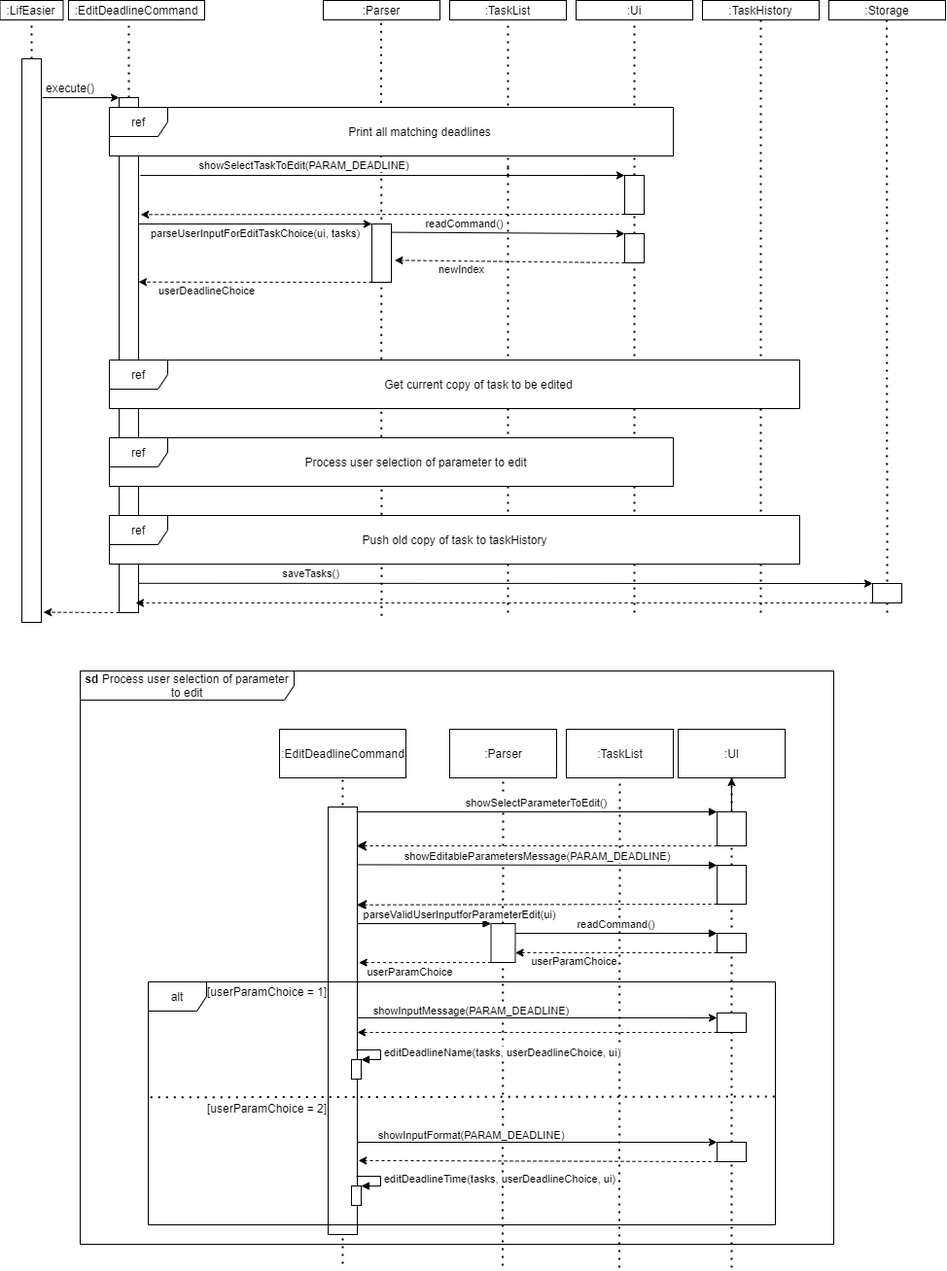
Earlier version of the draw.io export docs/images/DeveloperGuide/Figure 4.2-1.png (skyaxe97/tp). Source tidied: cells renumbered, new cells last; positions are measured from the earlier drawing's top-left corner, leaving out a move shared by most shapes.
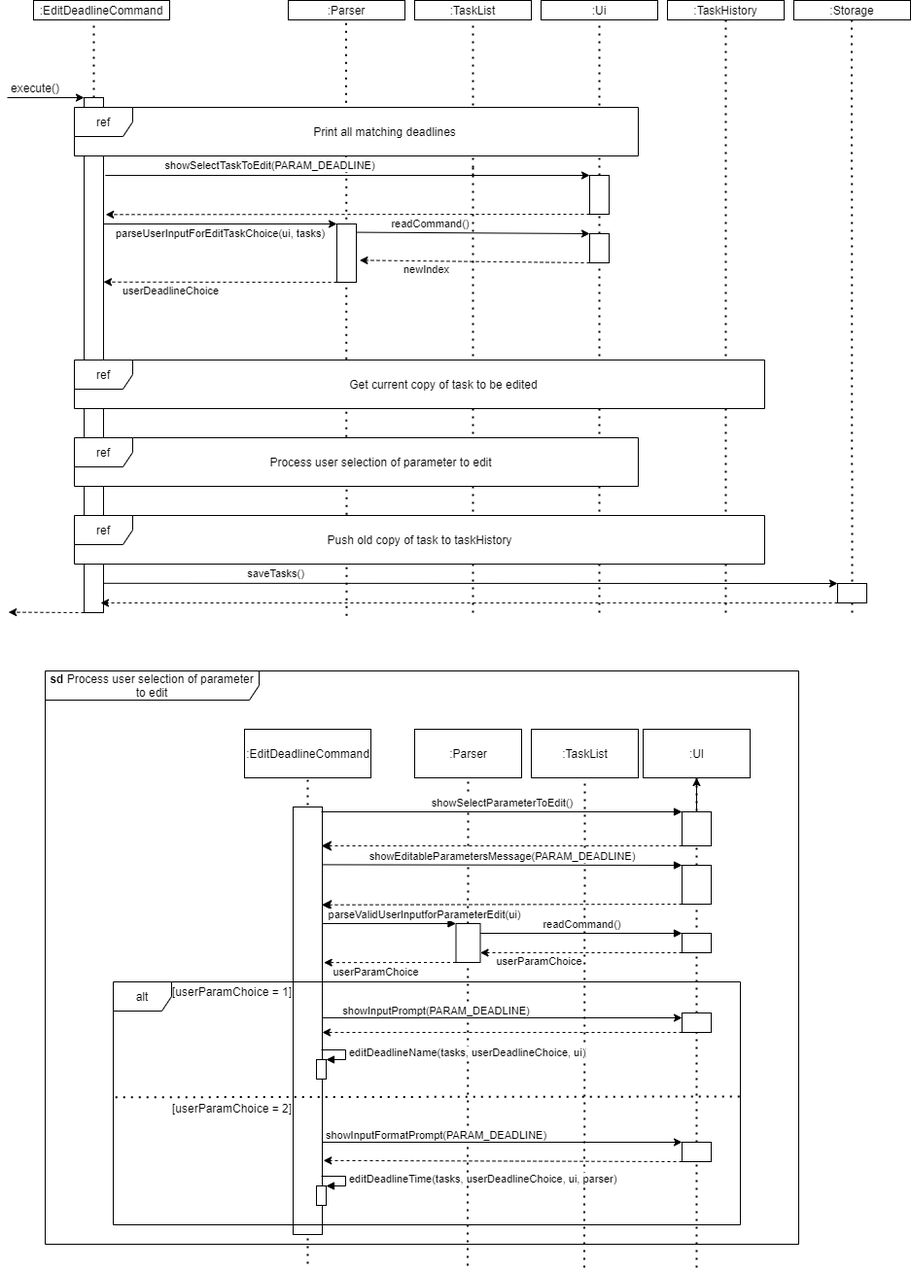
After the change.

What changed in the source:
```diff
@@ -35,26 +35,14 @@
     <mxCell id="8" style="endArrow=none;dashed=1;html=1;dashPattern=1 3;strokeWidth=2;entryX=0.5;entryY=1;entryDx=0;entryDy=0;" parent="1" edge="1" source="70" target="50">
       <mxGeometry relative="1" as="geometry" />
     </mxCell>
-    <mxCell id="9" style="endArrow=none;dashed=1;html=1;dashPattern=1 3;strokeWidth=2;" parent="1" edge="1">
-      <mxGeometry relative="1" as="geometry">
-        <mxPoint x="32" y="420" as="sourcePoint" />
-        <mxPoint x="32" y="20" as="targetPoint" />
-      </mxGeometry>
-    </mxCell>
     <mxCell id="10" style="endArrow=classic;html=1;entryX=0;entryY=0;entryDx=0;entryDy=0;" parent="1" edge="1" target="5">
       <mxGeometry relative="1" as="geometry">
         <mxPoint x="43" y="100" as="sourcePoint" />
       </mxGeometry>
     </mxCell>
-    <mxCell id="11" value=":LifEasier" style="rounded=0;whiteSpace=wrap;html=1;" parent="1" vertex="1">
-      <mxGeometry x="-0.5" width="65" height="20" as="geometry" />
-    </mxCell>
     <mxCell id="12" value="execute()" style="text;html=1;strokeColor=none;fillColor=none;align=center;verticalAlign=middle;whiteSpace=wrap;rounded=0;" parent="1" vertex="1">
       <mxGeometry x="52" y="80" width="40" height="20" as="geometry" />
     </mxCell>
-    <mxCell id="13" style="rounded=0;whiteSpace=wrap;html=1;" parent="1" vertex="1">
-      <mxGeometry x="22" y="60" width="20" height="580" as="geometry" />
-    </mxCell>
     <mxCell id="14" style="endArrow=none;dashed=1;html=1;dashPattern=1 3;strokeWidth=2;" parent="1" edge="1" source="5">
       <mxGeometry relative="1" as="geometry">
         <mxPoint x="132" y="20" as="targetPoint" />
@@ -171,8 +159,10 @@
         <mxPoint x="139" y="620" as="targetPoint" />
       </mxGeometry>
     </mxCell>
-    <mxCell id="47" style="endArrow=classic;html=1;dashed=1;exitX=0;exitY=1;exitDx=0;exitDy=0;entryX=1.11;entryY=0.982;entryDx=0;entryDy=0;entryPerimeter=0;" parent="1" edge="1" source="5" target="13">
-      <mxGeometry x="0.42" y="9" relative="1" as="geometry" />
+    <mxCell id="47" style="endArrow=classic;html=1;dashed=1;exitX=0;exitY=1;exitDx=0;exitDy=0;entryX=1.11;entryY=0.982;entryDx=0;entryDy=0;entryPerimeter=0;" parent="1" edge="1" source="5">
+      <mxGeometry x="0.42" y="9" relative="1" as="geometry">
+        <mxPoint x="44.2" y="629.6" as="targetPoint" />
+      </mxGeometry>
     </mxCell>
     <mxCell id="48" value="&lt;b&gt;sd &lt;/b&gt;Process user selection of parameter to edit" style="shape=umlFrame;whiteSpace=wrap;html=1;comic=0;fillColor=#FFFFFF;width=220;height=30;" parent="1" vertex="1">
       <mxGeometry x="82" y="690" width="775" height="590" as="geometry" />
@@ -218,12 +208,12 @@
     <mxCell id="61" value="[userParamChoice = 2]" style="text;html=1;strokeColor=none;fillColor=none;align=center;verticalAlign=middle;whiteSpace=wrap;rounded=0;comic=0;" parent="1" vertex="1">
       <mxGeometry x="210" y="1130" width="129" height="20" as="geometry" />
     </mxCell>
-    <mxCell id="62" value="showInputMessage(PARAM_DEADLINE)" style="endArrow=classic;html=1;entryX=0;entryY=0.25;entryDx=0;entryDy=0;exitX=0.189;exitY=0.239;exitDx=0;exitDy=0;exitPerimeter=0;" parent="1" edge="1" target="70">
+    <mxCell id="62" value="showInputPrompt(PARAM_DEADLINE)" style="endArrow=classic;html=1;entryX=0;entryY=0.25;entryDx=0;entryDy=0;exitX=0.189;exitY=0.239;exitDx=0;exitDy=0;exitPerimeter=0;" parent="1" edge="1" target="70">
       <mxGeometry x="-0.37" y="7" relative="1" as="geometry">
         <mxPoint x="367.2" y="1047" as="sourcePoint" />
       </mxGeometry>
     </mxCell>
-    <mxCell id="63" value="showInputFormat(PARAM_DEADLINE)" style="endArrow=classic;html=1;entryX=0;entryY=0;entryDx=0;entryDy=0;exitX=0.189;exitY=0.239;exitDx=0;exitDy=0;exitPerimeter=0;" parent="1" edge="1" target="72">
+    <mxCell id="63" value="showInputFormatPrompt(PARAM_DEADLINE)" style="endArrow=classic;html=1;entryX=0;entryY=0;entryDx=0;entryDy=0;exitX=0.189;exitY=0.239;exitDx=0;exitDy=0;exitPerimeter=0;" parent="1" edge="1" target="72">
       <mxGeometry x="-0.37" y="7" relative="1" as="geometry">
         <mxPoint x="367" y="1175" as="sourcePoint" />
       </mxGeometry>
@@ -282,7 +272,7 @@
     <mxCell id="76" style="html=1;points=[];perimeter=orthogonalPerimeter;" parent="1" vertex="1">
       <mxGeometry x="361" y="1220" width="10" height="20" as="geometry" />
     </mxCell>
-    <mxCell id="77" value="editDeadlineTime(tasks, userDeadlineChoice, ui)" style="edgeStyle=orthogonalEdgeStyle;html=1;align=left;spacingLeft=2;endArrow=block;rounded=0;entryX=1;entryY=0;" parent="1" edge="1" target="76">
+    <mxCell id="77" value="editDeadlineTime(tasks, userDeadlineChoice, ui, parser)" style="edgeStyle=orthogonalEdgeStyle;html=1;align=left;spacingLeft=2;endArrow=block;rounded=0;entryX=1;entryY=0;" parent="1" edge="1" target="76">
       <mxGeometry relative="1" as="geometry">
         <mxPoint x="366" y="1210" as="sourcePoint" />
         <Array as="points">
```
